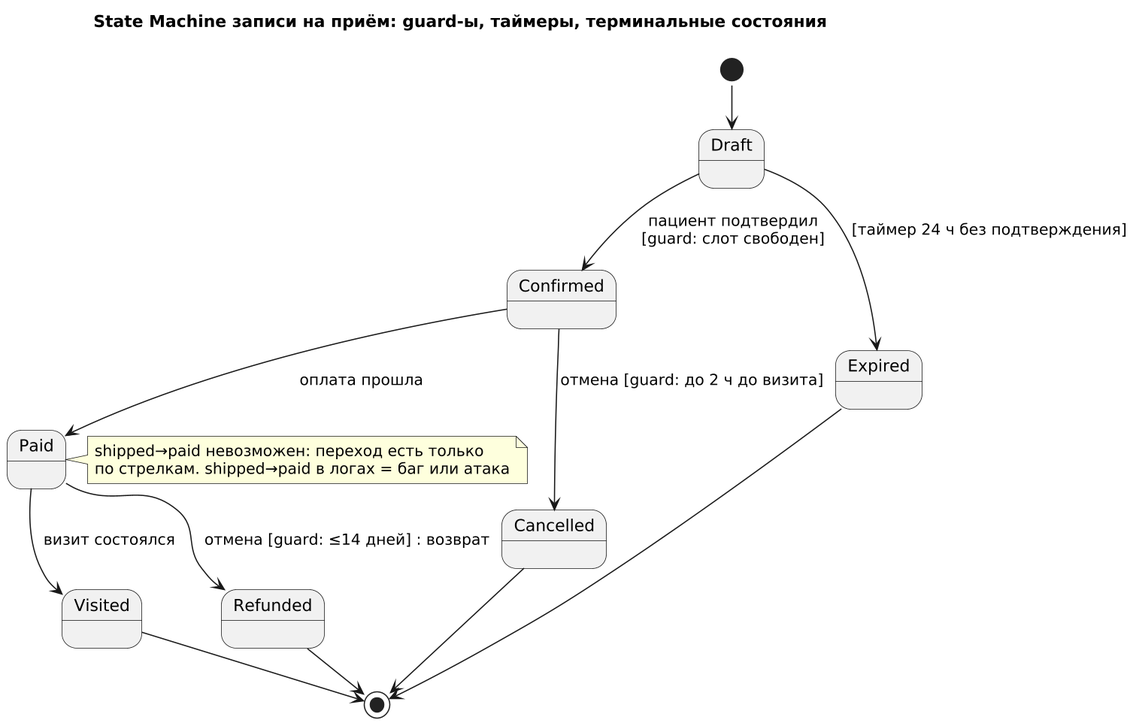
Above: images_m2/m2_06_state.png in maedodo11/fullstack-system-analyst (PlantUML), before the change. Its source is kept beside it as puml_m2/m2_06_state.puml.
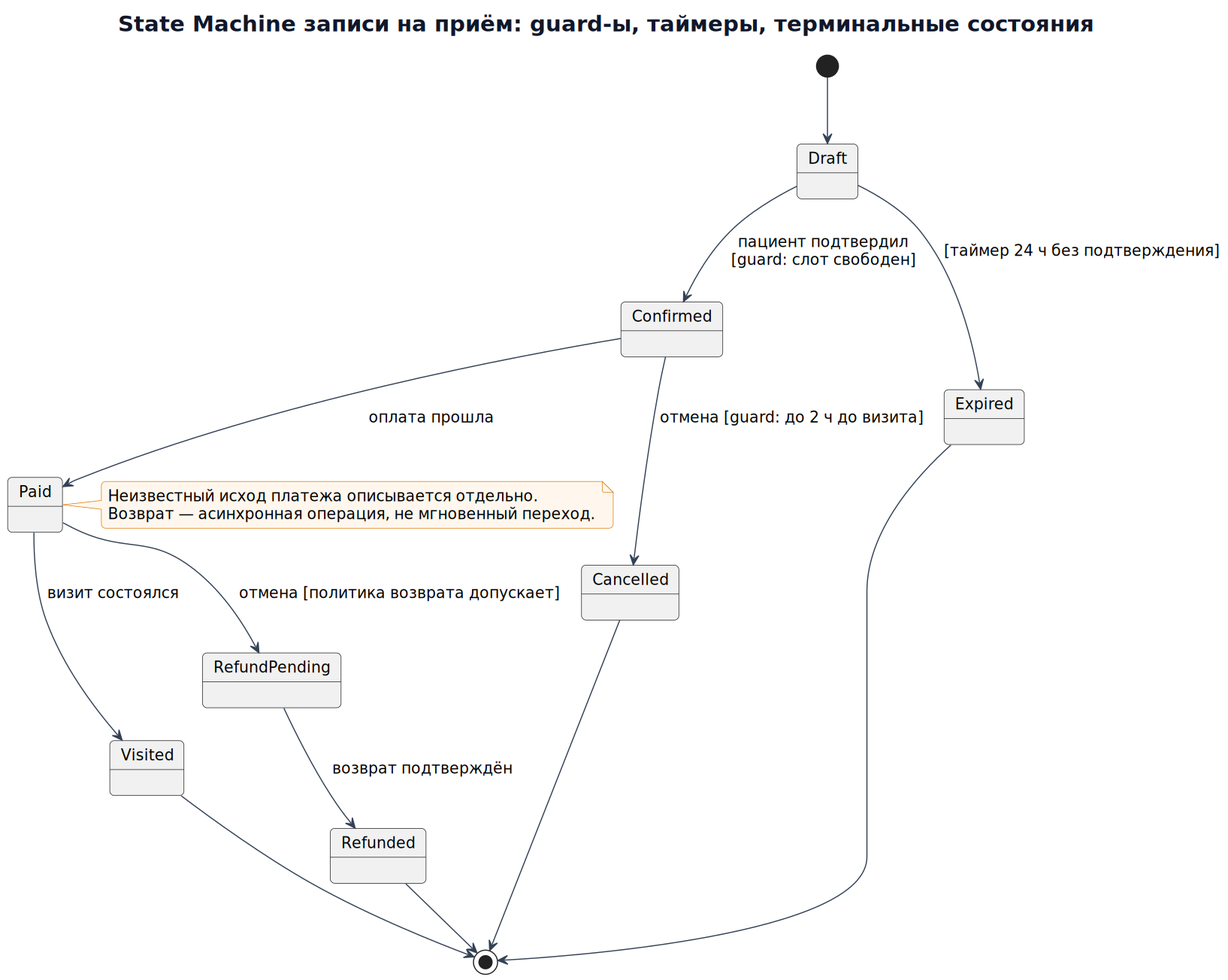
After the change.

Diff of the diagram source:
```diff
@@ -1,17 +1,27 @@
 @startuml m2_06_state
+skinparam defaultFontName "DejaVu Sans"
+skinparam defaultFontSize 14
+skinparam backgroundColor #FFFFFF
+skinparam shadowing false
+skinparam roundcorner 8
+skinparam ArrowColor #334155
+skinparam titleFontColor #0F172A
+skinparam titleFontSize 20
+skinparam noteBackgroundColor #FFF7ED
+skinparam noteBorderColor #D97706
+skinparam dpi 140
 title State Machine записи на приём: guard-ы, таймеры, терминальные состояния
-!pragma layout smetana
-skinparam defaultFontName "DejaVu Sans"
 [*] --> Draft
 Draft --> Confirmed : пациент подтвердил\n[guard: слот свободен]
 Draft --> Expired : [таймер 24 ч без подтверждения]
 Confirmed --> Paid : оплата прошла
 Confirmed --> Cancelled : отмена [guard: до 2 ч до визита]
 Paid --> Visited : визит состоялся
-Paid --> Refunded : отмена [guard: ≤14 дней] : возврат
+Paid --> RefundPending : отмена [политика возврата допускает]
+RefundPending --> Refunded : возврат подтверждён
 Visited --> [*]
 Cancelled --> [*]
 Expired --> [*]
 Refunded --> [*]
-note right of Paid : shipped→paid невозможен: переход есть только\nпо стрелкам. shipped→paid в логах = баг или атака
+note right of Paid : Неизвестный исход платежа описывается отдельно.\nВозврат — асинхронная операция, не мгновенный переход.
 @enduml
```
